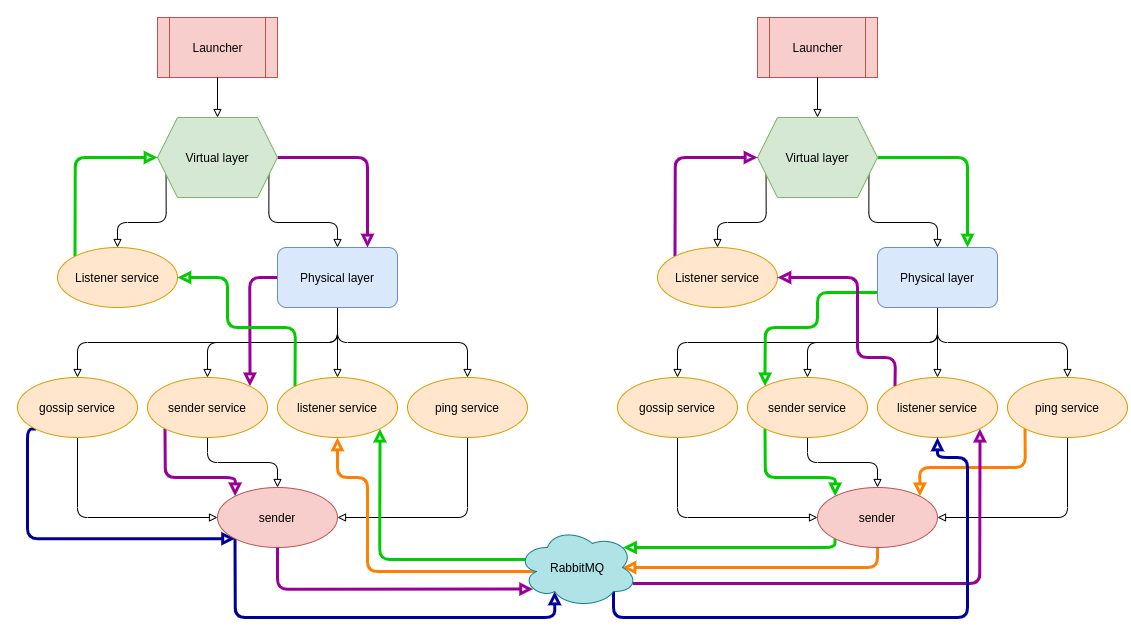
The draw.io diagram report/topologies-communication.png in templierw/ids.project, before a commit. Source tidied: cells renumbered, new cells last; positions are measured from the earlier drawing's top-left corner, leaving out a move shared by most shapes.
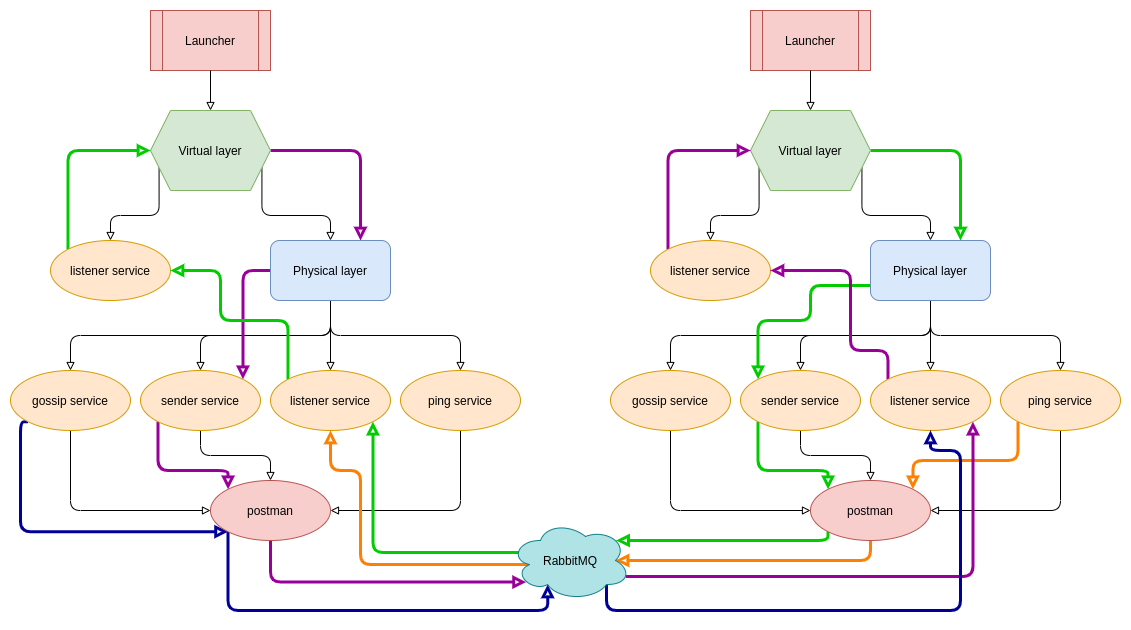
After the commit.

Change to the diagram source:
```diff
@@ -41,7 +41,7 @@
     <mxCell id="14" style="edgeStyle=orthogonalEdgeStyle;jettySize=auto;html=1;exitX=0;exitY=0;exitDx=0;exitDy=0;entryX=0;entryY=0.5;entryDx=0;entryDy=0;startArrow=none;startFill=0;endArrow=block;endFill=0;strokeWidth=3;strokeColor=#00CC00;" parent="1" edge="1" source="15" target="6">
       <mxGeometry relative="1" as="geometry" />
     </mxCell>
-    <mxCell id="15" value="Listener service" style="ellipse;whiteSpace=wrap;html=1;fillColor=#ffe6cc;strokeColor=#d79b00;" parent="1" vertex="1">
+    <mxCell id="15" value="listener service" style="ellipse;whiteSpace=wrap;html=1;fillColor=#ffe6cc;strokeColor=#d79b00;" parent="1" vertex="1">
       <mxGeometry x="40" y="230" width="120" height="60" as="geometry" />
     </mxCell>
     <mxCell id="16" style="edgeStyle=orthogonalEdgeStyle;jettySize=auto;html=1;exitX=0.5;exitY=1;exitDx=0;exitDy=0;startArrow=none;startFill=0;endArrow=block;endFill=0;strokeWidth=1;entryX=0;entryY=0.5;entryDx=0;entryDy=0;" parent="1" edge="1" source="18" target="28">
@@ -105,7 +105,7 @@
         </Array>
       </mxGeometry>
     </mxCell>
-    <mxCell id="28" value="sender" style="ellipse;whiteSpace=wrap;html=1;fillColor=#f8cecc;strokeColor=#b85450;" parent="1" vertex="1">
+    <mxCell id="28" value="postman" style="ellipse;whiteSpace=wrap;html=1;fillColor=#f8cecc;strokeColor=#b85450;" parent="1" vertex="1">
       <mxGeometry x="200" y="470" width="120" height="60" as="geometry" />
     </mxCell>
     <mxCell id="29" value="Launcher" style="shape=process;whiteSpace=wrap;html=1;backgroundOutline=1;fillColor=#f8cecc;strokeColor=#b85450;" parent="1" vertex="1">
@@ -153,7 +153,7 @@
     <mxCell id="41" style="edgeStyle=orthogonalEdgeStyle;jettySize=auto;html=1;exitX=0;exitY=0;exitDx=0;exitDy=0;entryX=0;entryY=0.5;entryDx=0;entryDy=0;startArrow=none;startFill=0;endArrow=block;endFill=0;strokeColor=#990099;strokeWidth=3;" parent="1" edge="1" source="42" target="33">
       <mxGeometry relative="1" as="geometry" />
     </mxCell>
-    <mxCell id="42" value="Listener service" style="ellipse;whiteSpace=wrap;html=1;fillColor=#ffe6cc;strokeColor=#d79b00;" parent="1" vertex="1">
+    <mxCell id="42" value="listener service" style="ellipse;whiteSpace=wrap;html=1;fillColor=#ffe6cc;strokeColor=#d79b00;" parent="1" vertex="1">
       <mxGeometry x="640" y="230" width="120" height="60" as="geometry" />
     </mxCell>
     <mxCell id="43" style="edgeStyle=orthogonalEdgeStyle;jettySize=auto;html=1;exitX=0.5;exitY=1;exitDx=0;exitDy=0;startArrow=none;startFill=0;endArrow=block;endFill=0;strokeWidth=1;entryX=0;entryY=0.5;entryDx=0;entryDy=0;" parent="1" edge="1" source="44" target="55">
@@ -216,7 +216,7 @@
     <mxCell id="54" style="edgeStyle=orthogonalEdgeStyle;jettySize=auto;html=1;exitX=0.5;exitY=1;exitDx=0;exitDy=0;entryX=0.875;entryY=0.5;entryDx=0;entryDy=0;entryPerimeter=0;startArrow=none;startFill=0;endArrow=block;endFill=0;strokeColor=#FF8000;strokeWidth=3;" parent="1" edge="1" source="55" target="60">
       <mxGeometry relative="1" as="geometry" />
     </mxCell>
-    <mxCell id="55" value="sender" style="ellipse;whiteSpace=wrap;html=1;fillColor=#f8cecc;strokeColor=#b85450;" parent="1" vertex="1">
+    <mxCell id="55" value="postman" style="ellipse;whiteSpace=wrap;html=1;fillColor=#f8cecc;strokeColor=#b85450;" parent="1" vertex="1">
       <mxGeometry x="800" y="470" width="120" height="60" as="geometry" />
     </mxCell>
     <mxCell id="56" style="edgeStyle=orthogonalEdgeStyle;jettySize=auto;html=1;exitX=0.07;exitY=0.4;exitDx=0;exitDy=0;exitPerimeter=0;entryX=1;entryY=1;entryDx=0;entryDy=0;startArrow=none;startFill=0;endArrow=block;endFill=0;strokeWidth=3;strokeColor=#00CC00;" parent="1" edge="1" source="60" target="24">
```
